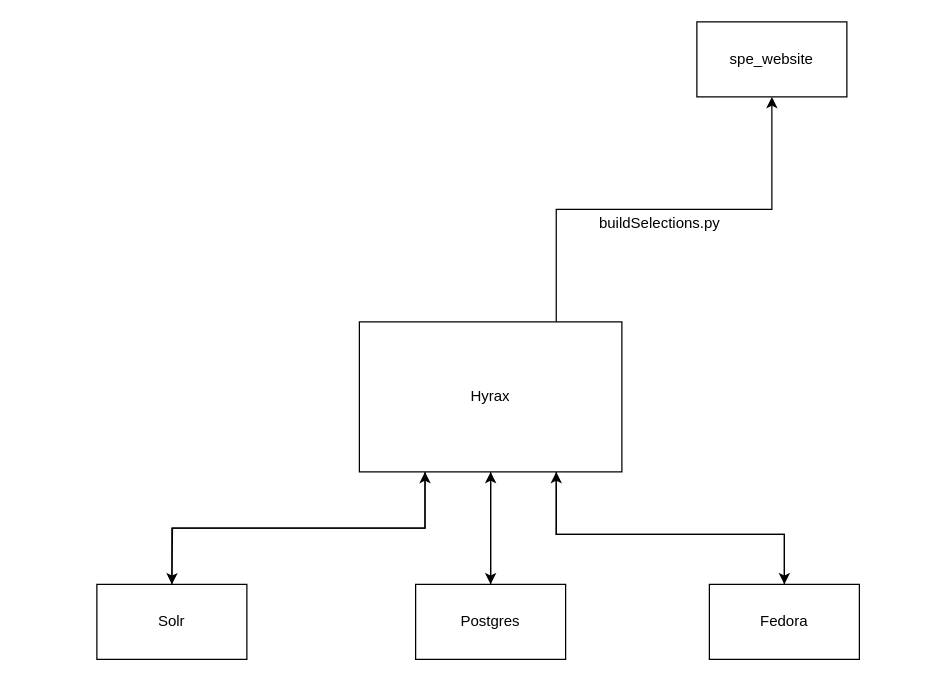
Earlier version of the draw.io diagram Hyrax.drawio (UAlbanyArchives/diagrams). Source tidied: cells renumbered, new cells numbered last; positions are measured from the earlier drawing's top-left corner, leaving out a move shared by most shapes. Both pictures are drawn from the tidied source at 125%, with x=0, y=0 at pixel (96, 21).
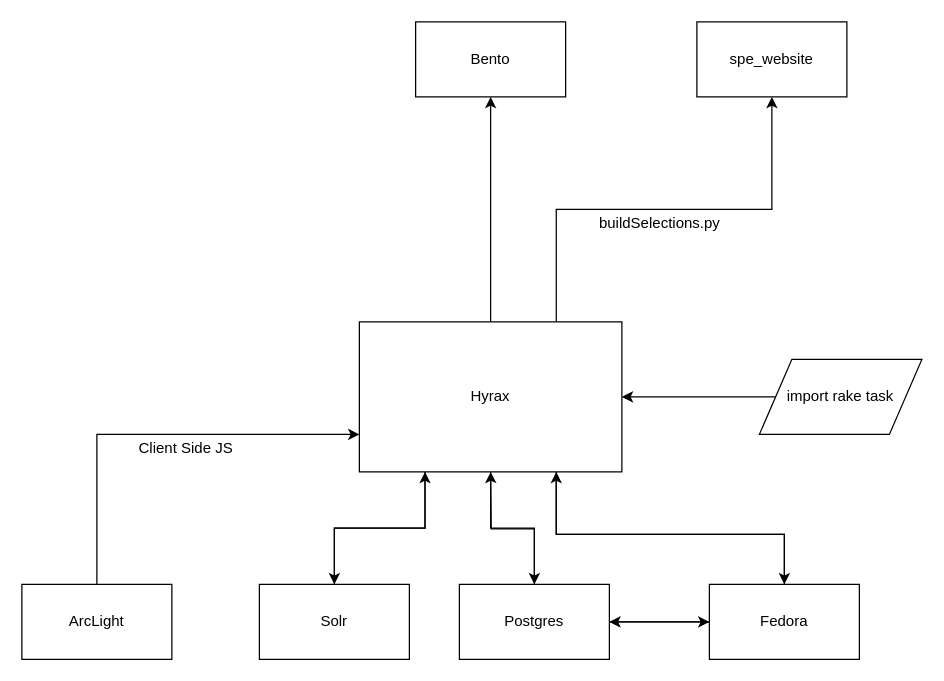
The same page after the edit.

The change refers to these unchanged cells:
```xml
<mxCell id="7" value="Hyrax" style="rounded=0;whiteSpace=wrap;html=1;" parent="1" vertex="1">
  <mxGeometry x="210" y="240" width="210" height="120" as="geometry" />
</mxCell>
<mxCell id="14" value="Fedora" style="rounded=0;whiteSpace=wrap;html=1;" parent="1" vertex="1">
  <mxGeometry x="490" y="450" width="120" height="60" as="geometry" />
</mxCell>
```

Change to the diagram source:
```diff
@@
-    <mxCell id="4" style="edgeStyle=orthogonalEdgeStyle;rounded=0;jettySize=auto;html=1;exitX=0.25;exitY=1;exitDx=0;exitDy=0;" parent="1" edge="1" source="7">
-      <mxGeometry relative="1" as="geometry">
-        <mxPoint x="60" y="450" as="targetPoint" />
-      </mxGeometry>
+    <mxCell id="4" style="edgeStyle=orthogonalEdgeStyle;rounded=0;jettySize=auto;html=1;exitX=0.25;exitY=1;exitDx=0;exitDy=0;entryX=0.5;entryY=0;entryDx=0;entryDy=0;" parent="1" edge="1" source="7" target="10">
+      <mxGeometry relative="1" as="geometry" />
     </mxCell>
@@
+    <mxCell id="15" style="edgeStyle=orthogonalEdgeStyle;rounded=0;jettySize=auto;html=1;entryX=0.5;entryY=1;entryDx=0;entryDy=0;" parent="1" edge="1" source="7" target="18">
+      <mxGeometry relative="1" as="geometry" />
+    </mxCell>
@@
     <mxCell id="10" value="Solr" style="rounded=0;whiteSpace=wrap;html=1;" parent="1" vertex="1">
-      <mxGeometry y="450" width="120" height="60" as="geometry" />
+      <mxGeometry x="130" y="450" width="120" height="60" as="geometry" />
     </mxCell>
@@
+    <mxCell id="16" style="edgeStyle=orthogonalEdgeStyle;rounded=0;jettySize=auto;html=1;entryX=0;entryY=0.5;entryDx=0;entryDy=0;" parent="1" edge="1" source="12" target="14">
+      <mxGeometry relative="1" as="geometry" />
+    </mxCell>
     <mxCell id="12" value="Postgres" style="rounded=0;whiteSpace=wrap;html=1;" parent="1" vertex="1">
-      <mxGeometry x="255" y="450" width="120" height="60" as="geometry" />
+      <mxGeometry x="290" y="450" width="120" height="60" as="geometry" />
     </mxCell>
@@
+    <mxCell id="17" style="edgeStyle=orthogonalEdgeStyle;rounded=0;jettySize=auto;html=1;entryX=1;entryY=0.5;entryDx=0;entryDy=0;" parent="1" edge="1" source="14" target="12">
+      <mxGeometry relative="1" as="geometry" />
+    </mxCell>
@@
+    <mxCell id="18" value="Bento" style="rounded=0;whiteSpace=wrap;html=1;" parent="1" vertex="1">
+      <mxGeometry x="255" width="120" height="60" as="geometry" />
+    </mxCell>
+    <mxCell id="19" style="edgeStyle=orthogonalEdgeStyle;rounded=0;jettySize=auto;html=1;exitX=0.5;exitY=0;exitDx=0;exitDy=0;entryX=0;entryY=0.75;entryDx=0;entryDy=0;" parent="1" edge="1" source="21" target="7">
+      <mxGeometry relative="1" as="geometry" />
+    </mxCell>
+    <mxCell id="20" value="Client Side JS" style="text;html=1;align=center;verticalAlign=middle;labelBackgroundColor=#ffffff;" parent="19" vertex="1">
+      <mxGeometry x="-0.29" y="-58" relative="1" as="geometry">
+        <mxPoint x="12" y="7" as="offset" />
+      </mxGeometry>
+    </mxCell>
+    <mxCell id="21" value="ArcLight" style="rounded=0;whiteSpace=wrap;html=1;" parent="1" vertex="1">
+      <mxGeometry x="-60" y="450" width="120" height="60" as="geometry" />
+    </mxCell>
+    <mxCell id="22" style="edgeStyle=orthogonalEdgeStyle;rounded=0;jettySize=auto;html=1;entryX=1;entryY=0.5;entryDx=0;entryDy=0;" parent="1" edge="1" source="23" target="7">
+      <mxGeometry relative="1" as="geometry" />
+    </mxCell>
+    <mxCell id="23" value="import rake task" style="shape=parallelogram;perimeter=parallelogramPerimeter;whiteSpace=wrap;html=1;" parent="1" vertex="1">
+      <mxGeometry x="530" y="270" width="130" height="60" as="geometry" />
+    </mxCell>
```
